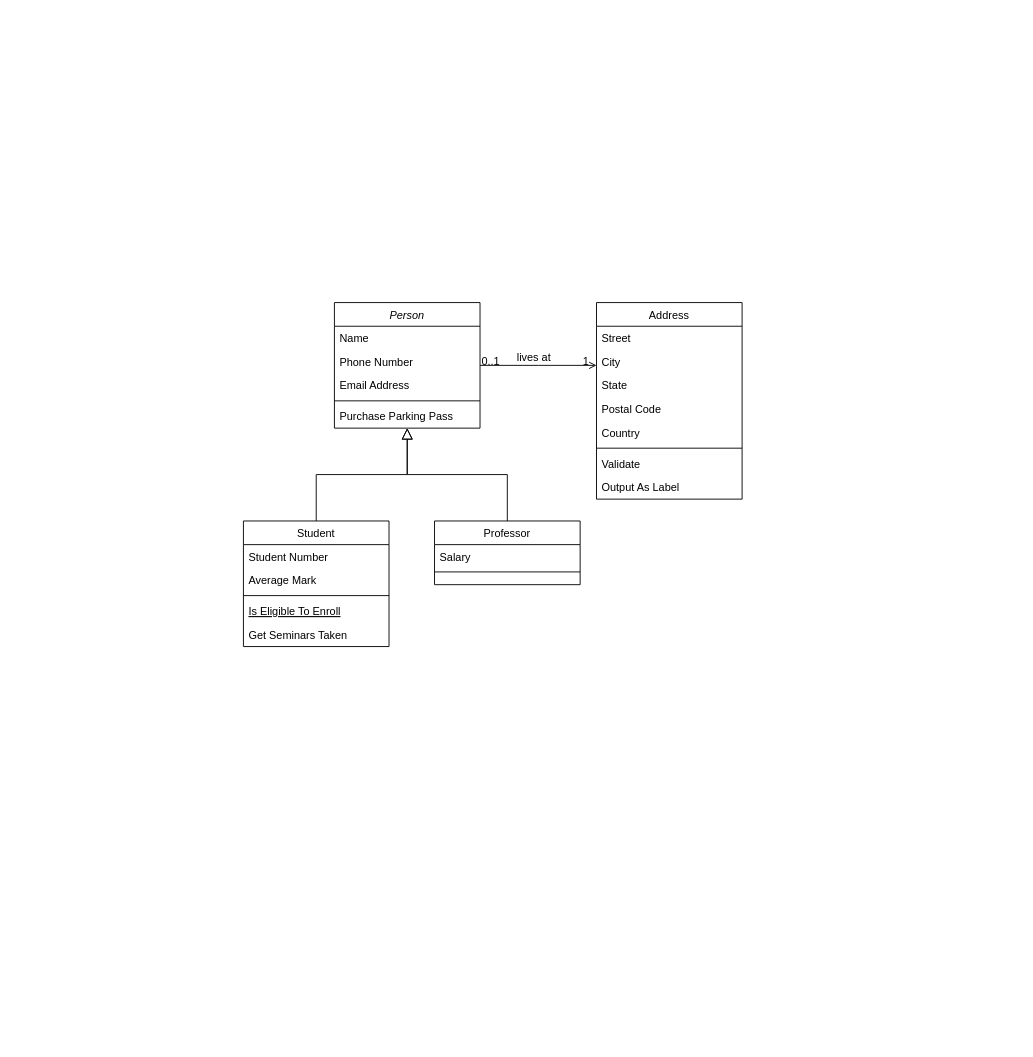
Earlier version of the draw.io diagram Diagramme sans nom.drawio (benbasse/Plateforme_streaming). Source tidied: cells renumbered, new cells numbered last; positions are measured from the earlier drawing's top-left corner, leaving out a move shared by most shapes. Both pictures are drawn from the tidied source at 91%, with x=0, y=0 at pixel (243, 302).
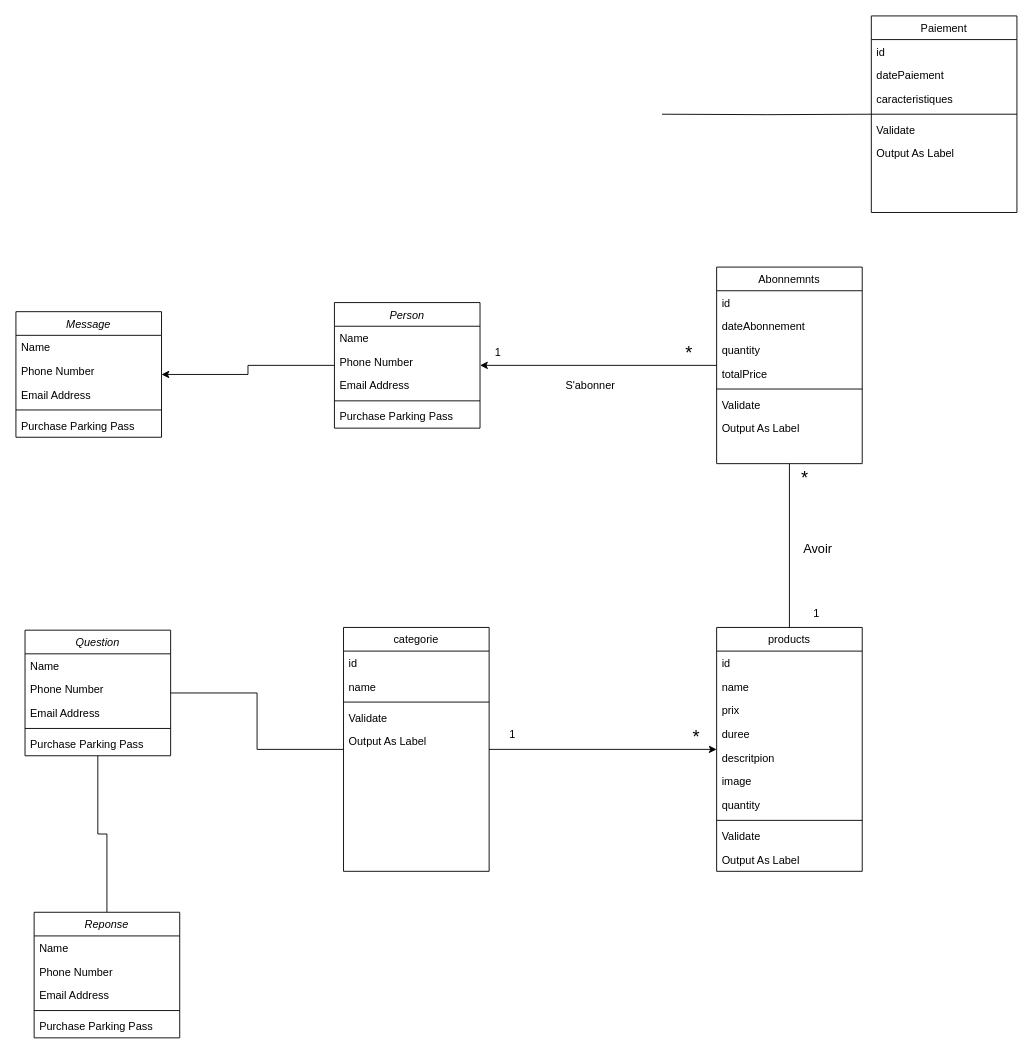
The same page after the edit.

Commit message (it also covers changes not shown here):
Mettre à jour Diagramme sans nom.drawio

Unchanged cells that the change refers to:
```xml
<mxCell id="2" value="Person" style="swimlane;fontStyle=2;align=center;verticalAlign=top;horizontal=1;startSize=26;rounded=0;shadow=0;strokeWidth=1;" parent="1" vertex="1">
  <mxGeometry x="100" width="160" height="138" as="geometry" />
</mxCell>
```

Diff of the diagram source:
```diff
@@
+    <mxCell id="32" style="edgeStyle=orthogonalEdgeStyle;rounded=0;jettySize=auto;html=1;" parent="1" edge="1" source="2" target="68">
+      <mxGeometry relative="1" as="geometry" />
+    </mxCell>
@@
-    <mxCell id="8" value="Student" style="swimlane;fontStyle=0;align=center;verticalAlign=top;horizontal=1;startSize=26;rounded=0;shadow=0;strokeWidth=1;" parent="1" vertex="1">
-      <mxGeometry y="240" width="160" height="138" as="geometry" />
-    </mxCell>
-    <mxCell id="9" value="Student Number" style="text;align=left;verticalAlign=top;spacingLeft=4;spacingRight=4;overflow=hidden;" parent="8" vertex="1">
-      <mxGeometry y="26" width="160" height="26" as="geometry" />
-    </mxCell>
-    <mxCell id="10" value="Average Mark" style="text;align=left;verticalAlign=top;spacingLeft=4;spacingRight=4;overflow=hidden;rounded=0;shadow=0;html=0;" parent="8" vertex="1">
-      <mxGeometry y="52" width="160" height="26" as="geometry" />
-    </mxCell>
-    <mxCell id="11" style="line;html=1;strokeWidth=1;align=left;verticalAlign=middle;spacingTop=-1;spacingLeft=3;spacingRight=3;labelPosition=right;" parent="8" vertex="1">
-      <mxGeometry y="78" width="160" height="8" as="geometry" />
-    </mxCell>
-    <mxCell id="12" value="Is Eligible To Enroll" style="text;align=left;verticalAlign=top;spacingLeft=4;spacingRight=4;overflow=hidden;fontStyle=4;" parent="8" vertex="1">
-      <mxGeometry y="86" width="160" height="26" as="geometry" />
-    </mxCell>
-    <mxCell id="13" value="Get Seminars Taken" style="text;align=left;verticalAlign=top;spacingLeft=4;spacingRight=4;overflow=hidden;" parent="8" vertex="1">
-      <mxGeometry y="112" width="160" height="26" as="geometry" />
-    </mxCell>
-    <mxCell id="14" style="endArrow=block;endSize=10;endFill=0;shadow=0;strokeWidth=1;rounded=0;curved=0;edgeStyle=elbowEdgeStyle;elbow=vertical;" parent="1" edge="1" source="8" target="2">
-      <mxGeometry relative="1" as="geometry" />
-    </mxCell>
-    <mxCell id="15" value="Professor" style="swimlane;fontStyle=0;align=center;verticalAlign=top;horizontal=1;startSize=26;rounded=0;shadow=0;strokeWidth=1;" parent="1" vertex="1">
-      <mxGeometry x="210" y="240" width="160" height="70" as="geometry" />
-    </mxCell>
-    <mxCell id="16" value="Salary" style="text;align=left;verticalAlign=top;spacingLeft=4;spacingRight=4;overflow=hidden;" parent="15" vertex="1">
-      <mxGeometry y="26" width="160" height="26" as="geometry" />
-    </mxCell>
-    <mxCell id="17" style="line;html=1;strokeWidth=1;align=left;verticalAlign=middle;spacingTop=-1;spacingLeft=3;spacingRight=3;labelPosition=right;" parent="15" vertex="1">
-      <mxGeometry y="52" width="160" height="8" as="geometry" />
-    </mxCell>
-    <mxCell id="18" style="endArrow=block;endSize=10;endFill=0;shadow=0;strokeWidth=1;rounded=0;curved=0;edgeStyle=elbowEdgeStyle;elbow=vertical;" parent="1" edge="1" source="15" target="2">
-      <mxGeometry relative="1" as="geometry" />
-    </mxCell>
+    <mxCell id="33" style="edgeStyle=orthogonalEdgeStyle;rounded=0;jettySize=auto;html=1;endArrow=none;endFill=0;" parent="1" edge="1" target="52">
+      <mxGeometry relative="1" as="geometry">
+        <mxPoint x="460" y="-207" as="sourcePoint" />
+      </mxGeometry>
+    </mxCell>
-    <mxCell id="19" value="Address" style="swimlane;fontStyle=0;align=center;verticalAlign=top;horizontal=1;startSize=26;rounded=0;shadow=0;strokeWidth=1;" parent="1" vertex="1">
-      <mxGeometry x="388" width="160" height="216" as="geometry" />
+    <mxCell id="19" value="products" style="swimlane;fontStyle=0;align=center;verticalAlign=top;horizontal=1;startSize=26;rounded=0;shadow=0;strokeWidth=1;" parent="1" vertex="1">
+      <mxGeometry x="520" y="357" width="160" height="268" as="geometry" />
     </mxCell>
-    <mxCell id="20" value="Street" style="text;align=left;verticalAlign=top;spacingLeft=4;spacingRight=4;overflow=hidden;" parent="19" vertex="1">
+    <mxCell id="20" value="id" style="text;align=left;verticalAlign=top;spacingLeft=4;spacingRight=4;overflow=hidden;" parent="19" vertex="1">
       <mxGeometry y="26" width="160" height="26" as="geometry" />
     </mxCell>
-    <mxCell id="21" value="City" style="text;align=left;verticalAlign=top;spacingLeft=4;spacingRight=4;overflow=hidden;rounded=0;shadow=0;html=0;" parent="19" vertex="1">
+    <mxCell id="21" value="name" style="text;align=left;verticalAlign=top;spacingLeft=4;spacingRight=4;overflow=hidden;rounded=0;shadow=0;html=0;" parent="19" vertex="1">
       <mxGeometry y="52" width="160" height="26" as="geometry" />
     </mxCell>
+    <mxCell id="34" value="prix" style="text;align=left;verticalAlign=top;spacingLeft=4;spacingRight=4;overflow=hidden;rounded=0;shadow=0;html=0;" parent="19" vertex="1">
+      <mxGeometry y="78" width="160" height="26" as="geometry" />
+    </mxCell>
+    <mxCell id="35" value="duree" style="text;align=left;verticalAlign=top;spacingLeft=4;spacingRight=4;overflow=hidden;rounded=0;shadow=0;html=0;" parent="19" vertex="1">
+      <mxGeometry y="104" width="160" height="26" as="geometry" />
+    </mxCell>
-    <mxCell id="22" value="State" style="text;align=left;verticalAlign=top;spacingLeft=4;spacingRight=4;overflow=hidden;rounded=0;shadow=0;html=0;" parent="19" vertex="1">
-      <mxGeometry y="78" width="160" height="26" as="geometry" />
+    <mxCell id="22" value="descritpion" style="text;align=left;verticalAlign=top;spacingLeft=4;spacingRight=4;overflow=hidden;rounded=0;shadow=0;html=0;" parent="19" vertex="1">
+      <mxGeometry y="130" width="160" height="26" as="geometry" />
     </mxCell>
-    <mxCell id="23" value="Postal Code" style="text;align=left;verticalAlign=top;spacingLeft=4;spacingRight=4;overflow=hidden;rounded=0;shadow=0;html=0;" parent="19" vertex="1">
-      <mxGeometry y="104" width="160" height="26" as="geometry" />
+    <mxCell id="23" value="image" style="text;align=left;verticalAlign=top;spacingLeft=4;spacingRight=4;overflow=hidden;rounded=0;shadow=0;html=0;" parent="19" vertex="1">
+      <mxGeometry y="156" width="160" height="26" as="geometry" />
     </mxCell>
-    <mxCell id="24" value="Country" style="text;align=left;verticalAlign=top;spacingLeft=4;spacingRight=4;overflow=hidden;rounded=0;shadow=0;html=0;" parent="19" vertex="1">
-      <mxGeometry y="130" width="160" height="26" as="geometry" />
-    </mxCell>
+    <mxCell id="36" value="quantity" style="text;align=left;verticalAlign=top;spacingLeft=4;spacingRight=4;overflow=hidden;" parent="19" vertex="1">
+      <mxGeometry y="182" width="160" height="26" as="geometry" />
+    </mxCell>
     <mxCell id="25" style="line;html=1;strokeWidth=1;align=left;verticalAlign=middle;spacingTop=-1;spacingLeft=3;spacingRight=3;labelPosition=right;" parent="19" vertex="1">
-      <mxGeometry y="156" width="160" height="8" as="geometry" />
+      <mxGeometry y="208" width="160" height="8" as="geometry" />
     </mxCell>
     <mxCell id="26" value="Validate" style="text;align=left;verticalAlign=top;spacingLeft=4;spacingRight=4;overflow=hidden;" parent="19" vertex="1">
-      <mxGeometry y="164" width="160" height="26" as="geometry" />
+      <mxGeometry y="216" width="160" height="26" as="geometry" />
     </mxCell>
     <mxCell id="27" value="Output As Label" style="text;align=left;verticalAlign=top;spacingLeft=4;spacingRight=4;overflow=hidden;" parent="19" vertex="1">
-      <mxGeometry y="190" width="160" height="26" as="geometry" />
+      <mxGeometry y="242" width="160" height="26" as="geometry" />
     </mxCell>
-    <mxCell id="28" style="endArrow=open;shadow=0;strokeWidth=1;rounded=0;curved=0;endFill=1;edgeStyle=elbowEdgeStyle;elbow=vertical;" parent="1" edge="1" source="2" target="19">
-      <mxGeometry x="0.5" y="41" relative="1" as="geometry">
-        <mxPoint x="-40" y="32" as="offset" />
-      </mxGeometry>
-    </mxCell>
-    <mxCell id="29" value="0..1" style="align=left;verticalAlign=bottom;labelBackgroundColor=none;fontSize=12;" parent="28" vertex="1">
-      <mxGeometry x="-1" relative="1" as="geometry">
-        <mxPoint y="4" as="offset" />
-      </mxGeometry>
-    </mxCell>
-    <mxCell id="30" value="1" style="align=right;verticalAlign=bottom;labelBackgroundColor=none;fontSize=12;" parent="28" vertex="1">
-      <mxGeometry x="1" relative="1" as="geometry">
-        <mxPoint x="-7" y="4" as="offset" />
-      </mxGeometry>
-    </mxCell>
-    <mxCell id="31" value="lives at" style="text;html=1;align=center;verticalAlign=middle;labelBackgroundColor=none;rounded=0;shadow=0;strokeWidth=1;fontSize=12;" parent="28" vertex="1">
-      <mxGeometry x="0.5" y="49" relative="1" as="geometry">
-        <mxPoint x="-38" y="40" as="offset" />
-      </mxGeometry>
-    </mxCell>
+    <mxCell id="37" value="&lt;font style=&quot;font-size: 20px;&quot;&gt;*&lt;/font&gt;" style="text;html=1;align=center;verticalAlign=middle;whiteSpace=wrap;rounded=0;" parent="1" vertex="1">
+      <mxGeometry x="460" y="40" width="60" height="30" as="geometry" />
+    </mxCell>
+    <mxCell id="38" value="1" style="text;html=1;align=center;verticalAlign=middle;whiteSpace=wrap;rounded=0;" parent="1" vertex="1">
+      <mxGeometry x="250" y="40" width="60" height="30" as="geometry" />
+    </mxCell>
+    <mxCell id="39" style="edgeStyle=orthogonalEdgeStyle;rounded=0;jettySize=auto;html=1;endArrow=none;endFill=0;" parent="1" edge="1" source="41" target="19">
+      <mxGeometry relative="1" as="geometry" />
+    </mxCell>
+    <mxCell id="40" style="edgeStyle=orthogonalEdgeStyle;rounded=0;jettySize=auto;html=1;" parent="1" edge="1" source="41" target="2">
+      <mxGeometry relative="1" as="geometry" />
+    </mxCell>
+    <mxCell id="41" value="Abonnemnts" style="swimlane;fontStyle=0;align=center;verticalAlign=top;horizontal=1;startSize=26;rounded=0;shadow=0;strokeWidth=1;" parent="1" vertex="1">
+      <mxGeometry x="520" y="-39" width="160" height="216" as="geometry" />
+    </mxCell>
+    <mxCell id="42" value="id" style="text;align=left;verticalAlign=top;spacingLeft=4;spacingRight=4;overflow=hidden;" parent="41" vertex="1">
+      <mxGeometry y="26" width="160" height="26" as="geometry" />
+    </mxCell>
+    <mxCell id="43" value="dateAbonnement" style="text;align=left;verticalAlign=top;spacingLeft=4;spacingRight=4;overflow=hidden;rounded=0;shadow=0;html=0;" parent="41" vertex="1">
+      <mxGeometry y="52" width="160" height="26" as="geometry" />
+    </mxCell>
+    <mxCell id="44" value="quantity" style="text;align=left;verticalAlign=top;spacingLeft=4;spacingRight=4;overflow=hidden;rounded=0;shadow=0;html=0;" parent="41" vertex="1">
+      <mxGeometry y="78" width="160" height="26" as="geometry" />
+    </mxCell>
+    <mxCell id="45" value="totalPrice" style="text;align=left;verticalAlign=top;spacingLeft=4;spacingRight=4;overflow=hidden;rounded=0;shadow=0;html=0;" parent="41" vertex="1">
+      <mxGeometry y="104" width="160" height="26" as="geometry" />
+    </mxCell>
+    <mxCell id="46" style="line;html=1;strokeWidth=1;align=left;verticalAlign=middle;spacingTop=-1;spacingLeft=3;spacingRight=3;labelPosition=right;" parent="41" vertex="1">
+      <mxGeometry y="130" width="160" height="8" as="geometry" />
+    </mxCell>
+    <mxCell id="47" value="Validate" style="text;align=left;verticalAlign=top;spacingLeft=4;spacingRight=4;overflow=hidden;" parent="41" vertex="1">
+      <mxGeometry y="138" width="160" height="26" as="geometry" />
+    </mxCell>
+    <mxCell id="48" value="Output As Label" style="text;align=left;verticalAlign=top;spacingLeft=4;spacingRight=4;overflow=hidden;" parent="41" vertex="1">
+      <mxGeometry y="164" width="160" height="26" as="geometry" />
+    </mxCell>
+    <mxCell id="49" value="1" style="text;html=1;align=center;verticalAlign=middle;whiteSpace=wrap;rounded=0;" parent="1" vertex="1">
+      <mxGeometry x="600" y="327" width="60" height="30" as="geometry" />
+    </mxCell>
+    <mxCell id="50" value="&lt;font style=&quot;font-size: 20px;&quot;&gt;*&lt;/font&gt;" style="text;html=1;align=center;verticalAlign=middle;whiteSpace=wrap;rounded=0;" parent="1" vertex="1">
+      <mxGeometry x="587" y="177" width="60" height="30" as="geometry" />
+    </mxCell>
+    <mxCell id="51" value="&lt;font style=&quot;font-size: 14px;&quot;&gt;Avoir&lt;/font&gt;" style="text;html=1;align=center;verticalAlign=middle;labelBackgroundColor=none;rounded=0;shadow=0;strokeWidth=1;fontSize=12;" parent="1" vertex="1">
+      <mxGeometry x="630" y="270" as="geometry" />
+    </mxCell>
+    <mxCell id="52" value="Paiement" style="swimlane;fontStyle=0;align=center;verticalAlign=top;horizontal=1;startSize=26;rounded=0;shadow=0;strokeWidth=1;" parent="1" vertex="1">
+      <mxGeometry x="690" y="-315" width="160" height="216" as="geometry" />
+    </mxCell>
+    <mxCell id="53" value="id" style="text;align=left;verticalAlign=top;spacingLeft=4;spacingRight=4;overflow=hidden;" parent="52" vertex="1">
+      <mxGeometry y="26" width="160" height="26" as="geometry" />
+    </mxCell>
+    <mxCell id="54" value="datePaiement" style="text;align=left;verticalAlign=top;spacingLeft=4;spacingRight=4;overflow=hidden;rounded=0;shadow=0;html=0;" parent="52" vertex="1">
+      <mxGeometry y="52" width="160" height="26" as="geometry" />
+    </mxCell>
+    <mxCell id="55" value="caracteristiques" style="text;align=left;verticalAlign=top;spacingLeft=4;spacingRight=4;overflow=hidden;rounded=0;shadow=0;html=0;" parent="52" vertex="1">
+      <mxGeometry y="78" width="160" height="26" as="geometry" />
+    </mxCell>
+    <mxCell id="56" style="line;html=1;strokeWidth=1;align=left;verticalAlign=middle;spacingTop=-1;spacingLeft=3;spacingRight=3;labelPosition=right;" parent="52" vertex="1">
+      <mxGeometry y="104" width="160" height="8" as="geometry" />
+    </mxCell>
+    <mxCell id="57" value="Validate" style="text;align=left;verticalAlign=top;spacingLeft=4;spacingRight=4;overflow=hidden;" parent="52" vertex="1">
+      <mxGeometry y="112" width="160" height="26" as="geometry" />
+    </mxCell>
+    <mxCell id="58" value="Output As Label" style="text;align=left;verticalAlign=top;spacingLeft=4;spacingRight=4;overflow=hidden;" parent="52" vertex="1">
+      <mxGeometry y="138" width="160" height="26" as="geometry" />
+    </mxCell>
+    <mxCell id="59" value="S'abonner" style="text;html=1;align=center;verticalAlign=middle;labelBackgroundColor=none;rounded=0;shadow=0;strokeWidth=1;fontSize=12;" parent="1" vertex="1">
+      <mxGeometry x="380" y="90" as="geometry" />
+    </mxCell>
+    <mxCell id="60" style="edgeStyle=orthogonalEdgeStyle;rounded=0;jettySize=auto;html=1;" parent="1" edge="1" source="61" target="19">
+      <mxGeometry relative="1" as="geometry" />
+    </mxCell>
+    <mxCell id="61" value="categorie" style="swimlane;fontStyle=0;align=center;verticalAlign=top;horizontal=1;startSize=26;rounded=0;shadow=0;strokeWidth=1;" parent="1" vertex="1">
+      <mxGeometry x="110" y="357" width="160" height="268" as="geometry" />
+    </mxCell>
+    <mxCell id="62" value="id" style="text;align=left;verticalAlign=top;spacingLeft=4;spacingRight=4;overflow=hidden;" parent="61" vertex="1">
+      <mxGeometry y="26" width="160" height="26" as="geometry" />
+    </mxCell>
+    <mxCell id="63" value="name" style="text;align=left;verticalAlign=top;spacingLeft=4;spacingRight=4;overflow=hidden;rounded=0;shadow=0;html=0;" parent="61" vertex="1">
+      <mxGeometry y="52" width="160" height="26" as="geometry" />
+    </mxCell>
+    <mxCell id="11" style="line;html=1;strokeWidth=1;align=left;verticalAlign=middle;spacingTop=-1;spacingLeft=3;spacingRight=3;labelPosition=right;" parent="61" vertex="1">
+      <mxGeometry y="78" width="160" height="8" as="geometry" />
+    </mxCell>
+    <mxCell id="64" value="Validate" style="text;align=left;verticalAlign=top;spacingLeft=4;spacingRight=4;overflow=hidden;" parent="61" vertex="1">
+      <mxGeometry y="86" width="160" height="26" as="geometry" />
+    </mxCell>
+    <mxCell id="65" value="Output As Label" style="text;align=left;verticalAlign=top;spacingLeft=4;spacingRight=4;overflow=hidden;" parent="61" vertex="1">
+      <mxGeometry y="112" width="160" height="26" as="geometry" />
+    </mxCell>
+    <mxCell id="66" value="&lt;font style=&quot;font-size: 20px;&quot;&gt;*&lt;/font&gt;" style="text;html=1;align=center;verticalAlign=middle;whiteSpace=wrap;rounded=0;" parent="1" vertex="1">
+      <mxGeometry x="468" y="462" width="60" height="30" as="geometry" />
+    </mxCell>
+    <mxCell id="67" value="1" style="text;html=1;align=center;verticalAlign=middle;whiteSpace=wrap;rounded=0;" parent="1" vertex="1">
+      <mxGeometry x="266" y="460" width="60" height="30" as="geometry" />
+    </mxCell>
+    <mxCell id="68" value="Message" style="swimlane;fontStyle=2;align=center;verticalAlign=top;horizontal=1;startSize=26;rounded=0;shadow=0;strokeWidth=1;" parent="1" vertex="1">
+      <mxGeometry x="-250" y="10" width="160" height="138" as="geometry" />
+    </mxCell>
+    <mxCell id="69" value="Name" style="text;align=left;verticalAlign=top;spacingLeft=4;spacingRight=4;overflow=hidden;" parent="68" vertex="1">
+      <mxGeometry y="26" width="160" height="26" as="geometry" />
+    </mxCell>
+    <mxCell id="70" value="Phone Number" style="text;align=left;verticalAlign=top;spacingLeft=4;spacingRight=4;overflow=hidden;rounded=0;shadow=0;html=0;" parent="68" vertex="1">
+      <mxGeometry y="52" width="160" height="26" as="geometry" />
+    </mxCell>
+    <mxCell id="71" value="Email Address" style="text;align=left;verticalAlign=top;spacingLeft=4;spacingRight=4;overflow=hidden;rounded=0;shadow=0;html=0;" parent="68" vertex="1">
+      <mxGeometry y="78" width="160" height="26" as="geometry" />
+    </mxCell>
+    <mxCell id="72" style="line;html=1;strokeWidth=1;align=left;verticalAlign=middle;spacingTop=-1;spacingLeft=3;spacingRight=3;labelPosition=right;" parent="68" vertex="1">
+      <mxGeometry y="104" width="160" height="8" as="geometry" />
+    </mxCell>
+    <mxCell id="73" value="Purchase Parking Pass" style="text;align=left;verticalAlign=top;spacingLeft=4;spacingRight=4;overflow=hidden;" parent="68" vertex="1">
+      <mxGeometry y="112" width="160" height="26" as="geometry" />
+    </mxCell>
+    <mxCell id="74" style="edgeStyle=orthogonalEdgeStyle;rounded=0;jettySize=auto;html=1;endArrow=none;endFill=0;" parent="1" edge="1" source="76" target="61">
+      <mxGeometry relative="1" as="geometry" />
+    </mxCell>
+    <mxCell id="75" style="edgeStyle=orthogonalEdgeStyle;rounded=0;jettySize=auto;html=1;endArrow=none;endFill=0;" parent="1" edge="1" source="76" target="82">
+      <mxGeometry relative="1" as="geometry" />
+    </mxCell>
+    <mxCell id="76" value="Question" style="swimlane;fontStyle=2;align=center;verticalAlign=top;horizontal=1;startSize=26;rounded=0;shadow=0;strokeWidth=1;" parent="1" vertex="1">
+      <mxGeometry x="-240" y="360" width="160" height="138" as="geometry" />
+    </mxCell>
+    <mxCell id="77" value="Name" style="text;align=left;verticalAlign=top;spacingLeft=4;spacingRight=4;overflow=hidden;" parent="76" vertex="1">
+      <mxGeometry y="26" width="160" height="26" as="geometry" />
+    </mxCell>
+    <mxCell id="78" value="Phone Number" style="text;align=left;verticalAlign=top;spacingLeft=4;spacingRight=4;overflow=hidden;rounded=0;shadow=0;html=0;" parent="76" vertex="1">
+      <mxGeometry y="52" width="160" height="26" as="geometry" />
+    </mxCell>
+    <mxCell id="79" value="Email Address" style="text;align=left;verticalAlign=top;spacingLeft=4;spacingRight=4;overflow=hidden;rounded=0;shadow=0;html=0;" parent="76" vertex="1">
+      <mxGeometry y="78" width="160" height="26" as="geometry" />
+    </mxCell>
+    <mxCell id="80" style="line;html=1;strokeWidth=1;align=left;verticalAlign=middle;spacingTop=-1;spacingLeft=3;spacingRight=3;labelPosition=right;" parent="76" vertex="1">
+      <mxGeometry y="104" width="160" height="8" as="geometry" />
+    </mxCell>
+    <mxCell id="81" value="Purchase Parking Pass" style="text;align=left;verticalAlign=top;spacingLeft=4;spacingRight=4;overflow=hidden;" parent="76" vertex="1">
+      <mxGeometry y="112" width="160" height="26" as="geometry" />
+    </mxCell>
+    <mxCell id="82" value="Reponse" style="swimlane;fontStyle=2;align=center;verticalAlign=top;horizontal=1;startSize=26;rounded=0;shadow=0;strokeWidth=1;" parent="1" vertex="1">
+      <mxGeometry x="-230" y="670" width="160" height="138" as="geometry" />
+    </mxCell>
+    <mxCell id="83" value="Name" style="text;align=left;verticalAlign=top;spacingLeft=4;spacingRight=4;overflow=hidden;" parent="82" vertex="1">
+      <mxGeometry y="26" width="160" height="26" as="geometry" />
+    </mxCell>
+    <mxCell id="84" value="Phone Number" style="text;align=left;verticalAlign=top;spacingLeft=4;spacingRight=4;overflow=hidden;rounded=0;shadow=0;html=0;" parent="82" vertex="1">
+      <mxGeometry y="52" width="160" height="26" as="geometry" />
+    </mxCell>
+    <mxCell id="85" value="Email Address" style="text;align=left;verticalAlign=top;spacingLeft=4;spacingRight=4;overflow=hidden;rounded=0;shadow=0;html=0;" parent="82" vertex="1">
+      <mxGeometry y="78" width="160" height="26" as="geometry" />
+    </mxCell>
+    <mxCell id="86" style="line;html=1;strokeWidth=1;align=left;verticalAlign=middle;spacingTop=-1;spacingLeft=3;spacingRight=3;labelPosition=right;" parent="82" vertex="1">
+      <mxGeometry y="104" width="160" height="8" as="geometry" />
+    </mxCell>
+    <mxCell id="87" value="Purchase Parking Pass" style="text;align=left;verticalAlign=top;spacingLeft=4;spacingRight=4;overflow=hidden;" parent="82" vertex="1">
+      <mxGeometry y="112" width="160" height="26" as="geometry" />
+    </mxCell>
```
